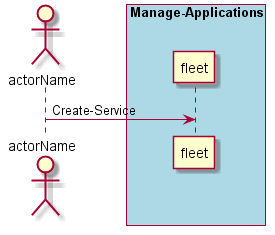
Earlier version of the PlantUML export docs/UseCases/Manage-Applications/Create-Service.png (CAADE/fleet).
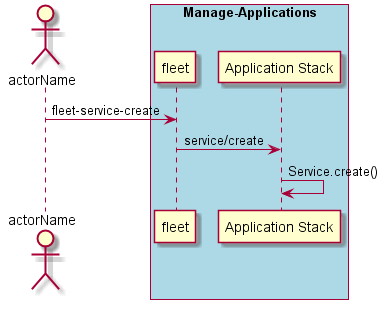
The same diagram one commit later.

Diff of the diagram source:
```diff
@@ -3,7 +3,10 @@
 
 box "Manage-Applications" #lightblue
 participant "fleet" as S
-A -> S : Create-Service
+A -> S : fleet-service-create
+participant "Application Stack" as AS
+S -> AS : service/create
+AS -> AS : Service.create()
 end box
 
 @enduml
```
